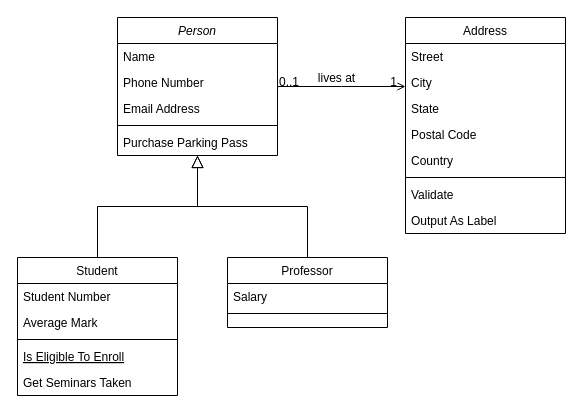
This is doc/ProjectPart2_CRC.drawio from CMPUT301F21T38/HabitAssist, a draw.io file, before an edit. Source tidied: cells renumbered, new cells numbered last; positions are measured from the earlier drawing's top-left corner, leaving out a move shared by most shapes. Both pictures are drawn from the tidied source at 100%, with x=0, y=0 at pixel (17, 17).
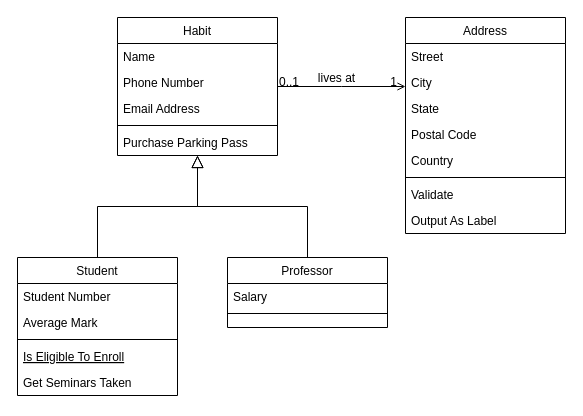
The same diagram, later.

Commit message:
Name class to Habit

Change to the diagram source:
```diff
@@
-    <mxCell id="2" value="Person" style="swimlane;fontStyle=2;align=center;verticalAlign=top;horizontal=1;startSize=26;rounded=0;shadow=0;strokeWidth=1;" parent="1" vertex="1">
+    <mxCell id="2" value="Habit" style="swimlane;fontStyle=0;align=center;verticalAlign=top;horizontal=1;startSize=26;rounded=0;shadow=0;strokeWidth=1;" parent="1" vertex="1">
       <mxGeometry x="100" width="160" height="138" as="geometry" />
     </mxCell>
```
